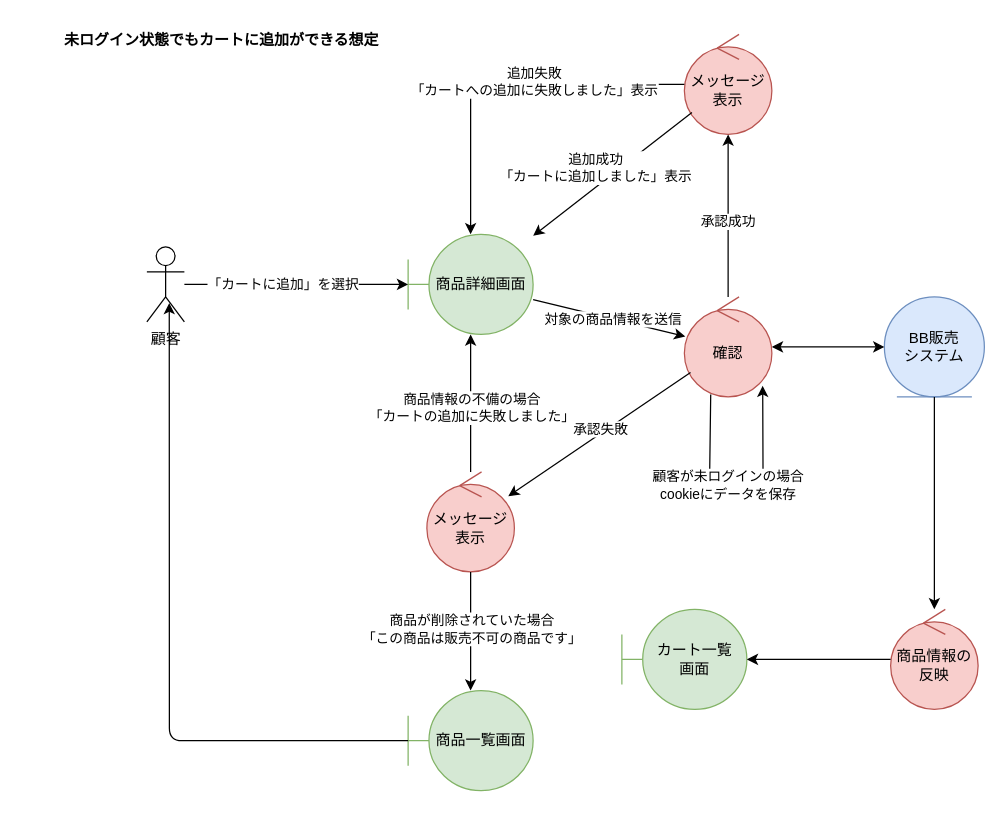
Above: BB/analysis_cart.drawio in FujikawaHirono0520/group3_1_dogdog (draw.io), before the change. Source tidied: cells renumbered, new cells numbered last; positions are measured from the earlier drawing's top-left corner, leaving out a move shared by most shapes. Both pictures are drawn from the tidied source at 125%, with x=0, y=0 at pixel (21, 21).
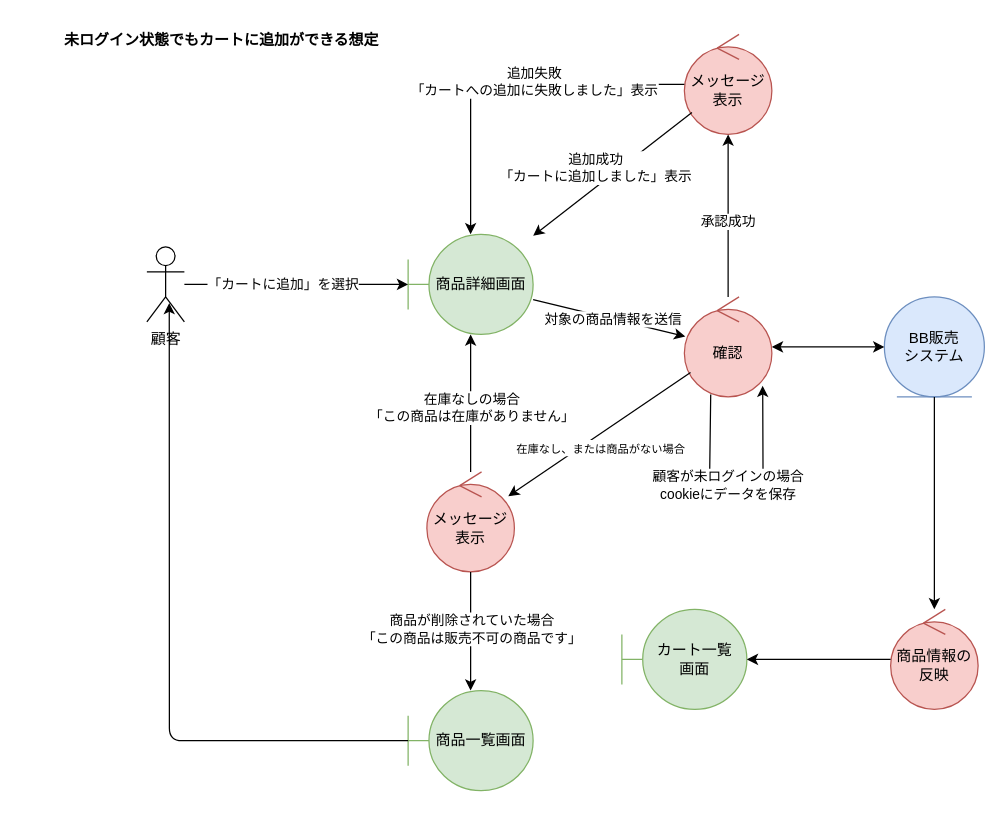
Above is the later version.

Unchanged cells that the change refers to:
```xml
<mxCell id="22" style="endArrow=classic;html=1;" parent="1" edge="1" source="9" target="21">
  <mxGeometry relative="1" as="geometry" />
</mxCell>
<mxCell id="24" style="endArrow=classic;html=1;" parent="1" edge="1" source="21" target="3">
  <mxGeometry relative="1" as="geometry" />
</mxCell>
```

What changed in the source:
```diff
@@
-    <mxCell id="23" value="承認失敗" style="edgeLabel;html=1;align=center;verticalAlign=middle;" parent="22" vertex="1">
+    <mxCell id="23" value="&lt;font style=&quot;font-size: 9px;&quot;&gt;在庫なし、または商品がない場合&lt;/font&gt;" style="edgeLabel;html=1;align=center;verticalAlign=middle;" parent="22" vertex="1">
       <mxGeometry x="-0.14" y="-2" relative="1" as="geometry">
-        <mxPoint x="-8" y="4" as="offset" />
+        <mxPoint x="-8" y="19" as="offset" />
       </mxGeometry>
     </mxCell>
@@
-    <mxCell id="25" value="&lt;div&gt;商品情報の不備の場合&lt;/div&gt;「カートの追加に失敗しました」" style="edgeLabel;html=1;align=center;verticalAlign=middle;" parent="24" vertex="1">
+    <mxCell id="25" value="&lt;div&gt;在庫なしの場合&lt;/div&gt;「この商品は在庫がありません」" style="edgeLabel;html=1;align=center;verticalAlign=middle;" parent="24" vertex="1">
       <mxGeometry x="-0.06" relative="1" as="geometry" />
     </mxCell>
```
